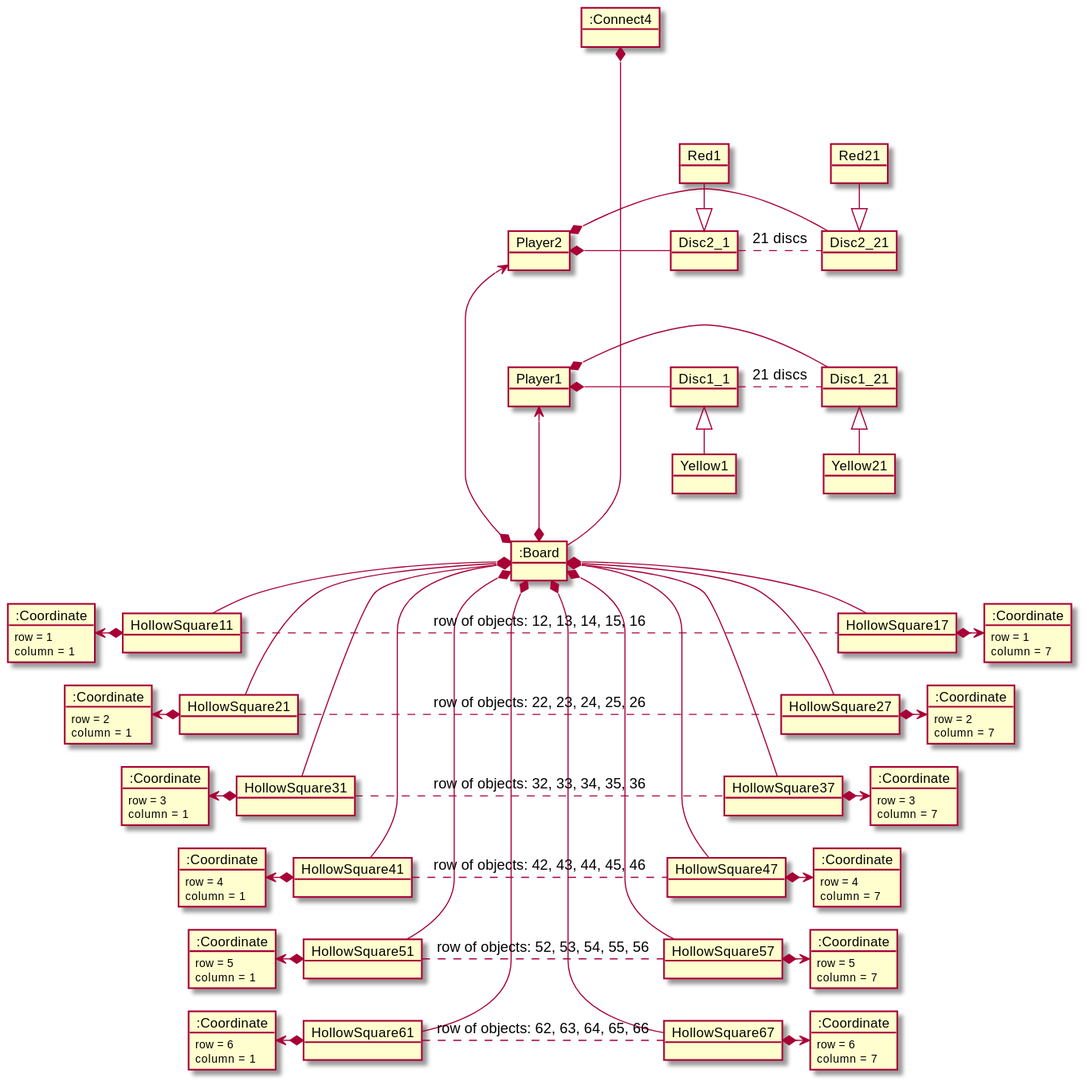
The PlantUML diagram tech-uml/game-connect4/diagrams/out/initialState.svg in USantaTecla-ed-mpds/lab-dijkstra, before a commit. The source it was exported from:
```plantuml
@startuml

skinparam nodesep 25
skinparam ranksep 20

object ":Connect4" as Connect4
object ":Board" as Board

object HollowSquare11
object HollowSquare17

object HollowSquare21
object HollowSquare27

object HollowSquare31
object HollowSquare37

object HollowSquare41
object HollowSquare47

object HollowSquare51
object HollowSquare57

object HollowSquare61
object HollowSquare67

object ":Coordinate" as Coordinate11 {
    row = 1
    column = 1
}
object ":Coordinate" as Coordinate17 {
    row = 1
    column = 7
}

object ":Coordinate" as Coordinate21 {
    row = 2
    column = 1
}
object ":Coordinate" as Coordinate27 {
    row = 2
    column = 7
}

object ":Coordinate" as Coordinate31 {
    row = 3
    column = 1
}
object ":Coordinate" as Coordinate37 {
    row = 3
    column = 7
}

object ":Coordinate" as Coordinate41 {
    row = 4
    column = 1
}
object ":Coordinate" as Coordinate47 {
    row = 4
    column = 7
}

object ":Coordinate" as Coordinate51 {
    row = 5
    column = 1
}
object ":Coordinate" as Coordinate57 {
    row = 5
    column = 7
}

object ":Coordinate" as Coordinate61 {
    row = 6
    column = 1
}
object ":Coordinate" as Coordinate67 {
    row = 6
    column = 7
}


Connect4 *--------- Board

Board *-- HollowSquare11
Board *-- HollowSquare17

HollowSquare11 *-left-> Coordinate11
HollowSquare17 *-right-> Coordinate17

Board *-- HollowSquare21
Board *-- HollowSquare27

HollowSquare21 *-left-> Coordinate21
HollowSquare27 *-right-> Coordinate27

Board *-- HollowSquare31
Board *-- HollowSquare37

HollowSquare31 *-left-> Coordinate31
HollowSquare37 *-right-> Coordinate37

Board *-- HollowSquare41
Board *-- HollowSquare47

HollowSquare41 *-left-> Coordinate41
HollowSquare47 *-right-> Coordinate47

Board *-- HollowSquare51
Board *-- HollowSquare57

HollowSquare51 *-left-> Coordinate51
HollowSquare57 *-right-> Coordinate57

Board *-- HollowSquare61
Board *-- HollowSquare67

HollowSquare61 *-left-> Coordinate61
HollowSquare67 *-right-> Coordinate67

HollowSquare11 -[hidden]right-> HollowSquare17
HollowSquare21 -[hidden]right-> HollowSquare27
HollowSquare31 -[hidden]right-> HollowSquare37
HollowSquare41 -[hidden]right-> HollowSquare47
HollowSquare51 -[hidden]right-> HollowSquare57
HollowSquare61 -[hidden]right-> HollowSquare67

HollowSquare11 .. HollowSquare17 : row of objects: 12, 13, 14, 15, 16
HollowSquare21 .. HollowSquare27 : row of objects: 22, 23, 24, 25, 26
HollowSquare31 .. HollowSquare37 : row of objects: 32, 33, 34, 35, 36
HollowSquare41 .. HollowSquare47 : row of objects: 42, 43, 44, 45, 46
HollowSquare51 .. HollowSquare57 : row of objects: 52, 53, 54, 55, 56
HollowSquare61 .. HollowSquare67 : row of objects: 62, 63, 64, 65, 66

HollowSquare11 -[hidden]down-> HollowSquare21
HollowSquare17 -[hidden]down-> HollowSquare27

HollowSquare21 -[hidden]down-> HollowSquare31
HollowSquare27 -[hidden]down-> HollowSquare37

HollowSquare31 -[hidden]down-> HollowSquare41
HollowSquare37 -[hidden]down-> HollowSquare47

HollowSquare41 -[hidden]down-> HollowSquare51
HollowSquare47 -[hidden]down-> HollowSquare57

HollowSquare51 -[hidden]down-> HollowSquare61
HollowSquare57 -[hidden]down-> HollowSquare67

Coordinate11 -[hidden]down-> Coordinate21
Coordinate17 -[hidden]down-> Coordinate27

Coordinate21 -[hidden]down-> Coordinate31
Coordinate27 -[hidden]down-> Coordinate37

Coordinate31 -[hidden]down-> Coordinate41
Coordinate37 -[hidden]down-> Coordinate47

Coordinate41 -[hidden]down-> Coordinate51
Coordinate47 -[hidden]down-> Coordinate57

Coordinate51 -[hidden]down-> Coordinate61
Coordinate57 -[hidden]down-> Coordinate67

Coordinate61 -[hidden]up-> Coordinate51
Coordinate67 -[hidden]up-> Coordinate57

together {
  object Player1
  object Player2
}

Board *--up-> Player1
Board *-up-> Player2

Player1 ---[hidden]up> Player2

together {
  object Disc1_1
  object Yellow1
}

together {
  object Disc1_21
  object Yellow21
}

Player1 *-right Disc1_1
Disc1_1 <|-- Yellow1
Player1 *-left Disc1_21
Disc1_21 <|-- Yellow21

Disc1_1 -[hidden]----> Disc1_21
Disc1_1 . Disc1_21 : 21 discs


together {
  object Disc2_1
  object Red1
}

together {
  object Disc2_21
  object Red21
}

Player2 *-left Disc2_1
Disc2_1 <|--up Red1
Player2 *-left Disc2_21
Disc2_21 <|--up Red21

Disc2_1 -[hidden]> Disc2_21
Disc2_1 . Disc2_21 : 21 discs

@enduml
```
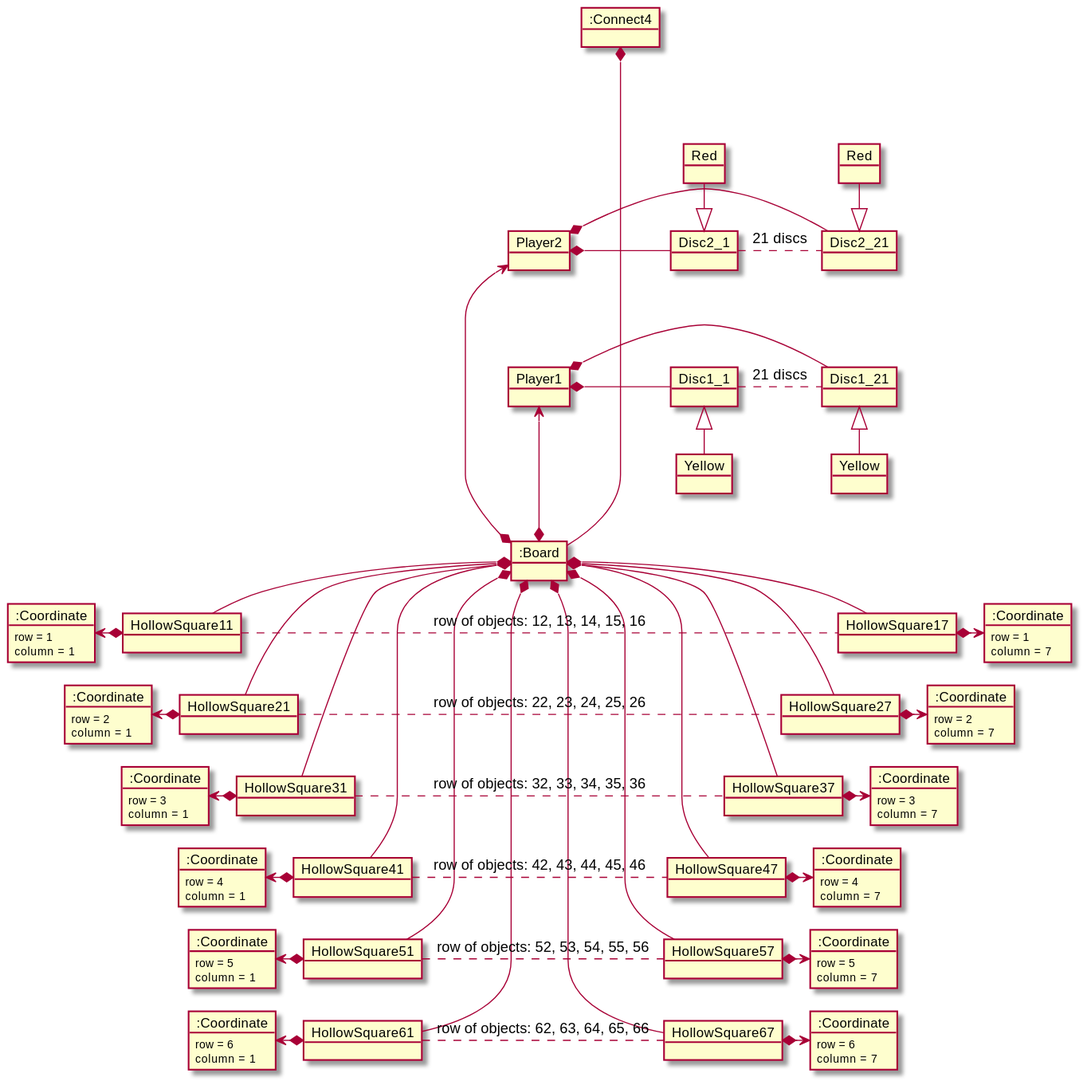
After the commit.

The edit, as a diff of the source:
```diff
@@ -176,12 +176,12 @@
 
 together {
   object Disc1_1
-  object Yellow1
+  object "Yellow" as Yellow1
 }
 
 together {
   object Disc1_21
-  object Yellow21
+  object "Yellow" as Yellow21
 }
 
 Player1 *-right Disc1_1
@@ -195,12 +195,12 @@
 
 together {
   object Disc2_1
-  object Red1
+  object "Red" as Red1
 }
 
 together {
   object Disc2_21
-  object Red21
+  object "Red" as Red21
 }
 
 Player2 *-left Disc2_1
```
